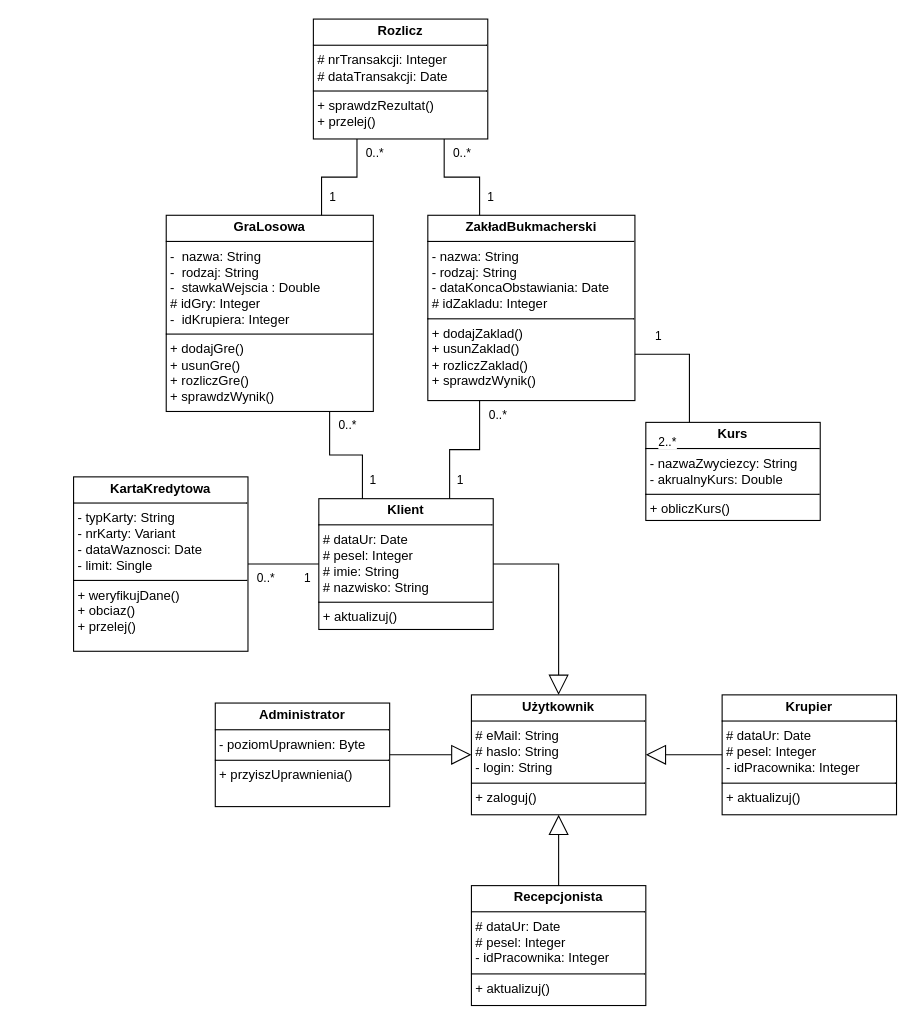
Before: cw5/Diagram_klas_implementacyjny.drawio in TISharker/PSI_Projekt, a draw.io diagram. Source tidied: cells renumbered, new cells numbered last; positions are measured from the earlier drawing's top-left corner, leaving out a move shared by most shapes. Both pictures are drawn from the tidied source at 109%, with x=0, y=0 at pixel (73, 19).
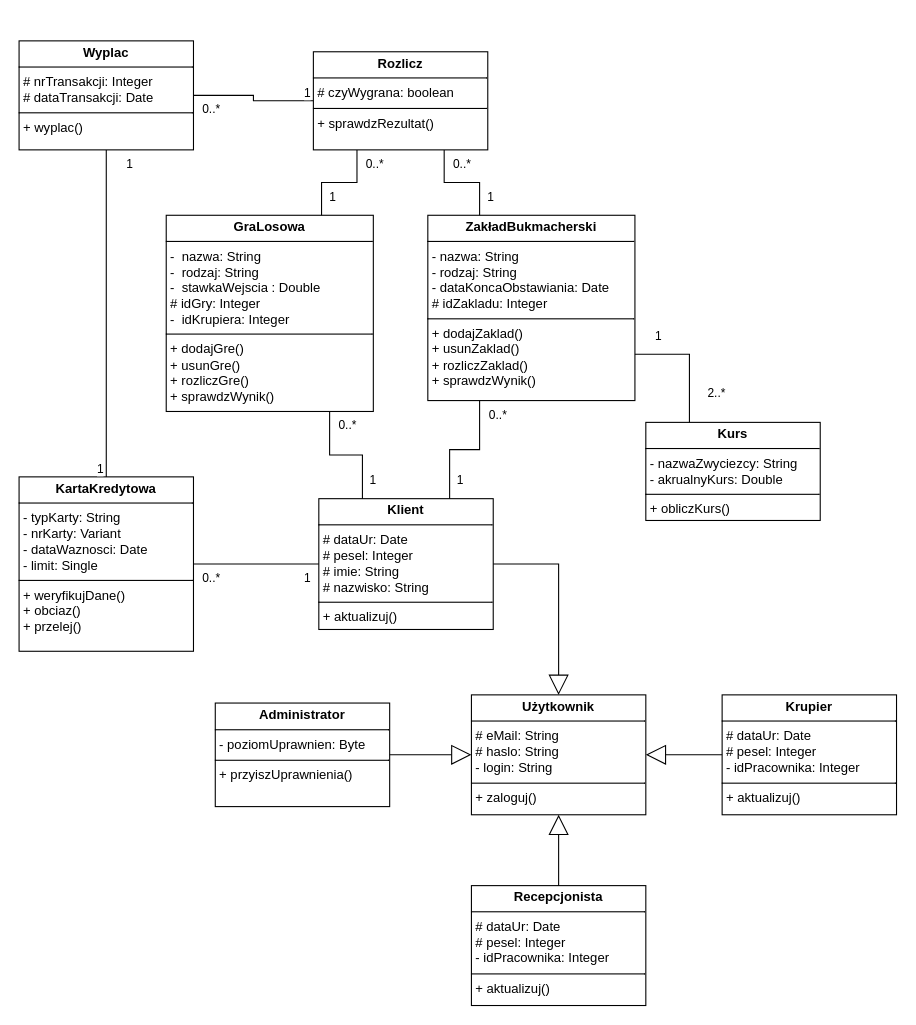
Above is the later version.

Unchanged cells that the change refers to:
```xml
<mxCell id="20" style="endArrow=none;html=1;endSize=12;startArrow=none;startSize=14;startFill=0;edgeStyle=orthogonalEdgeStyle;rounded=0;entryX=1;entryY=0.75;entryDx=0;entryDy=0;exitX=0.25;exitY=0;exitDx=0;exitDy=0;" parent="1" edge="1" source="19" target="2">
  <mxGeometry relative="1" as="geometry" />
</mxCell>
```

Diff of the diagram source:
```diff
@@
     <mxCell id="15" value="&lt;p style=&quot;margin:0px;margin-top:4px;text-align:center;&quot;&gt;&lt;b&gt;KartaKredytowa&lt;/b&gt;&lt;/p&gt;&lt;hr size=&quot;1&quot; style=&quot;border-style:solid;&quot;&gt;&lt;p style=&quot;margin:0px;margin-left:4px;&quot;&gt;- typKarty: String&lt;/p&gt;&lt;p style=&quot;margin:0px;margin-left:4px;&quot;&gt;- nrKarty: Variant&lt;/p&gt;&lt;p style=&quot;margin:0px;margin-left:4px;&quot;&gt;- dataWaznosci: Date&lt;/p&gt;&lt;p style=&quot;margin:0px;margin-left:4px;&quot;&gt;- limit: Single&lt;/p&gt;&lt;hr size=&quot;1&quot; style=&quot;border-style:solid;&quot;&gt;&lt;p style=&quot;margin:0px;margin-left:4px;&quot;&gt;+ weryfikujDane()&lt;/p&gt;&lt;p style=&quot;margin:0px;margin-left:4px;&quot;&gt;+ obciaz()&lt;/p&gt;&lt;p style=&quot;margin:0px;margin-left:4px;&quot;&gt;+ przelej()&lt;/p&gt;" style="verticalAlign=top;align=left;overflow=fill;html=1;whiteSpace=wrap;" parent="1" vertex="1">
-      <mxGeometry y="420" width="160" height="160" as="geometry" />
+      <mxGeometry x="-50" y="420" width="160" height="160" as="geometry" />
     </mxCell>
@@
     <mxCell id="21" value="2..*" style="edgeLabel;html=1;align=left;verticalAlign=top;" parent="20" vertex="1">
       <mxGeometry x="-1" relative="1" as="geometry">
-        <mxPoint x="-30" y="5" as="offset" />
+        <mxPoint x="15" y="-40" as="offset" />
       </mxGeometry>
     </mxCell>
@@
-    <mxCell id="27" value="&lt;p style=&quot;margin:0px;margin-top:4px;text-align:center;&quot;&gt;&lt;b&gt;Rozlicz&lt;/b&gt;&lt;/p&gt;&lt;hr size=&quot;1&quot; style=&quot;border-style:solid;&quot;&gt;&lt;p style=&quot;margin:0px;margin-left:4px;&quot;&gt;# nrTransakcji: Integer&lt;/p&gt;&lt;p style=&quot;margin:0px;margin-left:4px;&quot;&gt;# dataTransakcji: Date&lt;/p&gt;&lt;hr size=&quot;1&quot; style=&quot;border-style:solid;&quot;&gt;&lt;p style=&quot;margin:0px;margin-left:4px;&quot;&gt;+ sprawdzRezultat()&lt;/p&gt;&lt;p style=&quot;margin:0px;margin-left:4px;&quot;&gt;+ przelej()&lt;/p&gt;&lt;p style=&quot;margin:0px;margin-left:4px;&quot;&gt;&lt;br&gt;&lt;/p&gt;" style="verticalAlign=top;align=left;overflow=fill;html=1;whiteSpace=wrap;" parent="1" vertex="1">
-      <mxGeometry x="220" width="160" height="110" as="geometry" />
+    <mxCell id="27" value="&lt;p style=&quot;margin:0px;margin-top:4px;text-align:center;&quot;&gt;&lt;b&gt;Rozlicz&lt;/b&gt;&lt;/p&gt;&lt;hr size=&quot;1&quot; style=&quot;border-style:solid;&quot;&gt;&lt;p style=&quot;margin:0px;margin-left:4px;&quot;&gt;# czyWygrana: boolean&lt;/p&gt;&lt;hr size=&quot;1&quot; style=&quot;border-style:solid;&quot;&gt;&lt;p style=&quot;margin:0px;margin-left:4px;&quot;&gt;+ sprawdzRezultat()&lt;/p&gt;&lt;p style=&quot;margin:0px;margin-left:4px;&quot;&gt;&lt;br&gt;&lt;/p&gt;" style="verticalAlign=top;align=left;overflow=fill;html=1;whiteSpace=wrap;" parent="1" vertex="1">
+      <mxGeometry x="220" y="30" width="160" height="90" as="geometry" />
     </mxCell>
@@
+    <mxCell id="34" value="&lt;p style=&quot;margin:0px;margin-top:4px;text-align:center;&quot;&gt;&lt;b&gt;Wyplac&lt;/b&gt;&lt;/p&gt;&lt;hr size=&quot;1&quot; style=&quot;border-style:solid;&quot;&gt;&lt;p style=&quot;margin:0px;margin-left:4px;&quot;&gt;# nrTransakcji: Integer&lt;/p&gt;&lt;p style=&quot;margin:0px;margin-left:4px;&quot;&gt;# dataTransakcji: Date&lt;/p&gt;&lt;hr size=&quot;1&quot; style=&quot;border-style:solid;&quot;&gt;&lt;p style=&quot;margin:0px;margin-left:4px;&quot;&gt;+ wyplac()&lt;/p&gt;" style="verticalAlign=top;align=left;overflow=fill;html=1;whiteSpace=wrap;" parent="1" vertex="1">
+      <mxGeometry x="-50" y="20" width="160" height="100" as="geometry" />
+    </mxCell>
+    <mxCell id="35" style="endArrow=none;html=1;endSize=12;startArrow=none;startSize=14;startFill=0;edgeStyle=orthogonalEdgeStyle;rounded=0;entryX=1;entryY=0.5;entryDx=0;entryDy=0;exitX=0;exitY=0.5;exitDx=0;exitDy=0;" parent="1" edge="1" source="27" target="34">
+      <mxGeometry relative="1" as="geometry" />
+    </mxCell>
+    <mxCell id="36" value="1" style="edgeLabel;html=1;align=left;verticalAlign=top;" parent="35" vertex="1">
+      <mxGeometry x="-1" relative="1" as="geometry">
+        <mxPoint x="-10" y="-20" as="offset" />
+      </mxGeometry>
+    </mxCell>
+    <mxCell id="37" value="0..*" style="edgeLabel;html=1;align=right;verticalAlign=top;" parent="35" vertex="1">
+      <mxGeometry x="1" relative="1" as="geometry">
+        <mxPoint x="25" as="offset" />
+      </mxGeometry>
+    </mxCell>
+    <mxCell id="38" style="endArrow=none;html=1;endSize=12;startArrow=none;startSize=14;startFill=0;edgeStyle=orthogonalEdgeStyle;rounded=0;entryX=0.5;entryY=1;entryDx=0;entryDy=0;exitX=0.5;exitY=0;exitDx=0;exitDy=0;" parent="1" edge="1" source="15" target="34">
+      <mxGeometry relative="1" as="geometry" />
+    </mxCell>
+    <mxCell id="39" value="1" style="edgeLabel;html=1;align=left;verticalAlign=top;" parent="38" vertex="1">
+      <mxGeometry x="-1" relative="1" as="geometry">
+        <mxPoint x="-10" y="-20" as="offset" />
+      </mxGeometry>
+    </mxCell>
+    <mxCell id="40" value="1" style="edgeLabel;html=1;align=right;verticalAlign=top;" parent="38" vertex="1">
+      <mxGeometry x="1" relative="1" as="geometry">
+        <mxPoint x="25" as="offset" />
+      </mxGeometry>
+    </mxCell>
```
